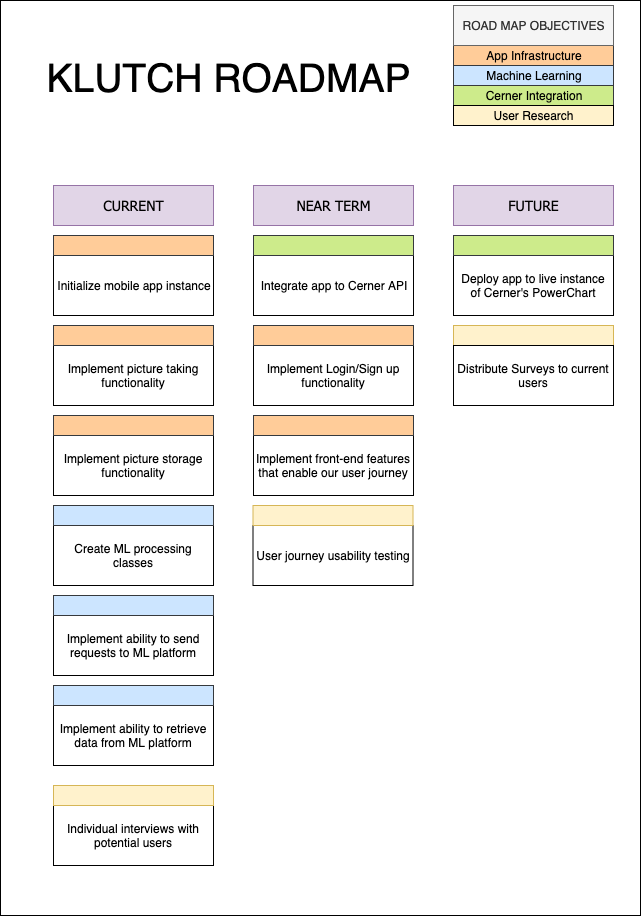
Before: product_research/klutch_roadmap.png, a diagram exported from draw.io (dcsil/klutch). Source tidied: cells renumbered, new cells last; positions are measured from the earlier drawing's top-left corner, leaving out a move shared by most shapes.
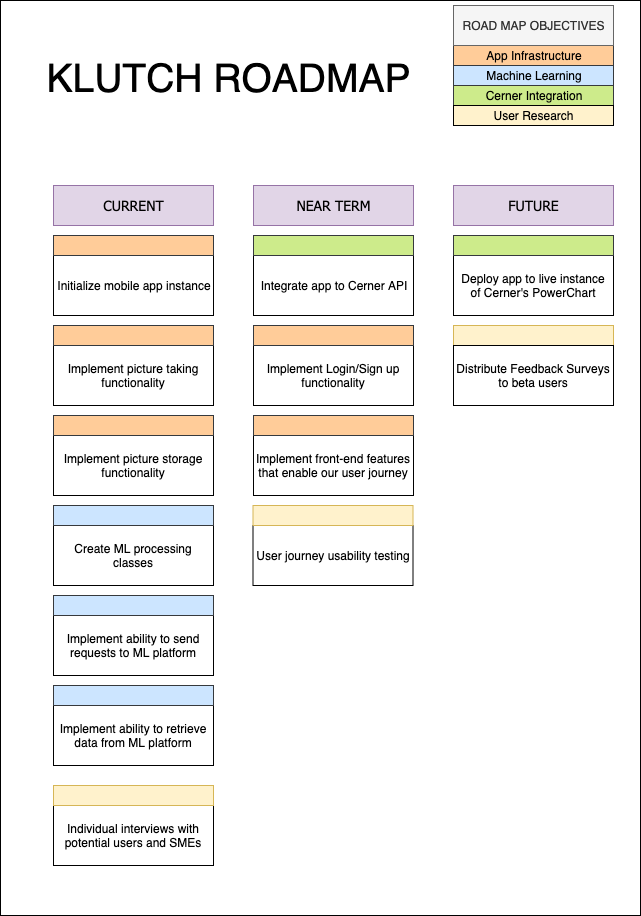
After the change.

Commit message:
change diagram to include user research tweaks

What changed in the source:
```diff
@@ -119,7 +119,7 @@
     <mxCell id="40" value="User Research" style="rounded=0;whiteSpace=wrap;html=1;fillColor=#fff2cc;strokeColor=#000000;" parent="1" vertex="1">
       <mxGeometry x="453" y="105" width="160" height="20" as="geometry" />
     </mxCell>
-    <mxCell id="41" value="Individual interviews with potential users" style="rounded=0;whiteSpace=wrap;html=1;" parent="1" vertex="1">
+    <mxCell id="41" value="Individual interviews with potential users and SMEs" style="rounded=0;whiteSpace=wrap;html=1;" parent="1" vertex="1">
       <mxGeometry x="53" y="805" width="160" height="60" as="geometry" />
     </mxCell>
     <mxCell id="42" value="Machine Learning" style="rounded=0;whiteSpace=wrap;html=1;fillColor=#fff2cc;strokeColor=#d6b656;noLabel=1;" parent="1" vertex="1">
@@ -134,7 +134,7 @@
     <mxCell id="45" value="App Infrastructure" style="rounded=0;whiteSpace=wrap;html=1;fillColor=#fff2cc;strokeColor=#d6b656;noLabel=1;" parent="1" vertex="1">
       <mxGeometry x="453" y="325" width="160" height="20" as="geometry" />
     </mxCell>
-    <mxCell id="46" value="Distribute Surveys to current users" style="rounded=0;whiteSpace=wrap;html=1;" parent="1" vertex="1">
+    <mxCell id="46" value="Distribute Feedback Surveys to beta users" style="rounded=0;whiteSpace=wrap;html=1;" parent="1" vertex="1">
       <mxGeometry x="453" y="345" width="160" height="60" as="geometry" />
     </mxCell>
   </root>
```
